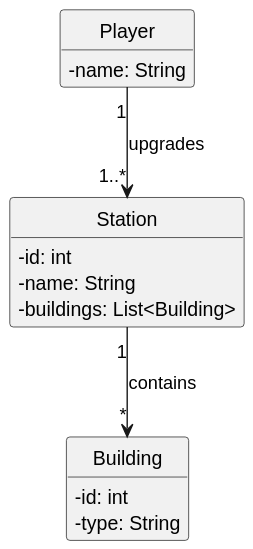
Above: docs/sprint1/us006/02.analysis/svg/us006-domain-model.svg in ivasduarte/all-aboard (PlantUML), before the change. Its diagram source:
```plantuml
@startuml
skinparam monochrome true
skinparam packageStyle rectangle
skinparam shadowing false


skinparam classAttributeIconSize 0

hide circle
hide methods


class Player {
  - name: String
}

class Station {
  - id: int
  - name: String
  - buildings: List<Building>
}

class Building {
  - id: int
  - type: String
}

Player "1" --> "1..*" Station : upgrades
Station "1" --> "*" Building : contains
@enduml
```
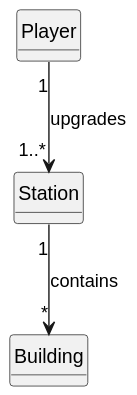
Above is the later version.

Diff of the diagram source:
```diff
@@ -2,27 +2,22 @@
 skinparam monochrome true
 skinparam packageStyle rectangle
 skinparam shadowing false
-
 
 skinparam classAttributeIconSize 0
 
 hide circle
 hide methods
 
+class Player {
 
-class Player {
-  - name: String
 }
 
 class Station {
-  - id: int
-  - name: String
-  - buildings: List<Building>
+
 }
 
 class Building {
-  - id: int
-  - type: String
+
 }
 
 Player "1" --> "1..*" Station : upgrades
```
